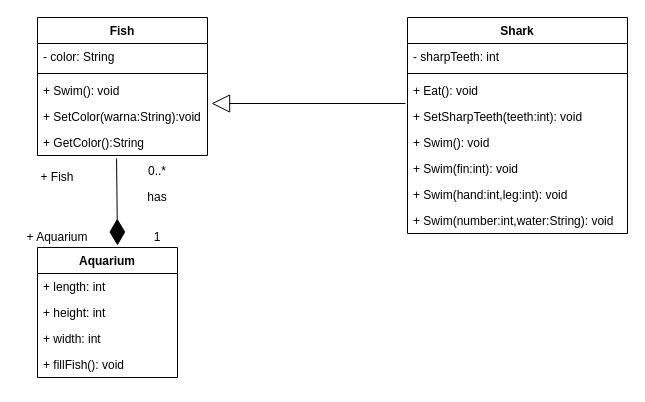
The draw.io diagram ExerciseClassDiagram.drawio in njmihakim/Week2ClassDiagram, before the edit. Source tidied: cells renumbered, new cells numbered last; positions are measured from the earlier drawing's top-left corner, leaving out a move shared by most shapes. Both pictures are drawn from the tidied source at 100%, with x=0, y=0 at pixel (17, 17).
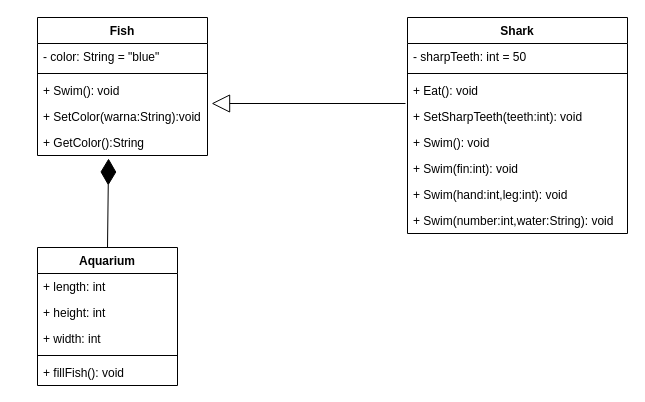
The same page after the edit.

Unchanged cells that the change refers to:
```xml
<mxCell id="2" value="Fish" style="swimlane;fontStyle=1;align=center;verticalAlign=top;horizontal=1;startSize=26;" parent="1" vertex="1">
  <mxGeometry x="20" width="170" height="138" as="geometry" />
</mxCell>
<mxCell id="7" value="+ GetColor():String" style="text;strokeColor=none;fillColor=none;align=left;verticalAlign=top;spacingLeft=4;spacingRight=4;overflow=hidden;points=[[0,0.5],[1,0.5]];portConstraint=eastwest;" parent="2" vertex="1">
  <mxGeometry y="112" width="170" height="26" as="geometry" />
</mxCell>
<mxCell id="8" value="Shark" style="swimlane;fontStyle=1;align=center;verticalAlign=top;horizontal=1;startSize=26;" parent="1" vertex="1">
  <mxGeometry x="390" width="220" height="216" as="geometry" />
</mxCell>
```

Change to the diagram source:
```diff
@@
-    <mxCell id="3" value="- color: String" style="text;strokeColor=none;fillColor=none;align=left;verticalAlign=top;spacingLeft=4;spacingRight=4;overflow=hidden;" parent="2" vertex="1">
+    <mxCell id="3" value="- color: String = &quot;blue&quot;" style="text;strokeColor=none;fillColor=none;align=left;verticalAlign=top;spacingLeft=4;spacingRight=4;overflow=hidden;" parent="2" vertex="1">
       <mxGeometry y="26" width="170" height="26" as="geometry" />
     </mxCell>
@@
-    <mxCell id="9" value="- sharpTeeth: int" style="text;strokeColor=none;fillColor=none;align=left;verticalAlign=top;spacingLeft=4;spacingRight=4;overflow=hidden;" parent="8" vertex="1">
+    <mxCell id="9" value="- sharpTeeth: int = 50" style="text;strokeColor=none;fillColor=none;align=left;verticalAlign=top;spacingLeft=4;spacingRight=4;overflow=hidden;" parent="8" vertex="1">
       <mxGeometry y="26" width="220" height="26" as="geometry" />
     </mxCell>
@@
     <mxCell id="17" value="Aquarium" style="swimlane;fontStyle=1;horizontal=1;startSize=26;fillColor=none;" parent="1" vertex="1">
-      <mxGeometry x="20" y="230" width="140" height="130" as="geometry" />
+      <mxGeometry x="20" y="230" width="140" height="138" as="geometry" />
     </mxCell>
@@
+    <mxCell id="29" style="line;strokeWidth=1;fillColor=none;align=left;verticalAlign=middle;spacingTop=-1;spacingLeft=3;spacingRight=3;labelPosition=right;" parent="17" vertex="1">
+      <mxGeometry y="104" width="140" height="8" as="geometry" />
+    </mxCell>
     <mxCell id="21" value="+ fillFish(): void" style="text;strokeColor=none;fillColor=none;align=left;verticalAlign=top;spacingLeft=4;spacingRight=4;overflow=hidden;" parent="17" vertex="1">
-      <mxGeometry y="104" width="140" height="26" as="geometry" />
+      <mxGeometry y="112" width="140" height="26" as="geometry" />
     </mxCell>
@@
-    <mxCell id="23" style="endArrow=diamondThin;endFill=1;endSize=24;html=1;exitX=0.465;exitY=1.115;exitDx=0;exitDy=0;exitPerimeter=0;" parent="1" edge="1" source="7">
-      <mxGeometry relative="1" as="geometry">
-        <mxPoint x="100" y="228" as="targetPoint" />
-      </mxGeometry>
+    <mxCell id="23" style="endArrow=diamondThin;endFill=1;endSize=24;html=1;entryX=0.418;entryY=1.115;entryDx=0;entryDy=0;entryPerimeter=0;exitX=0.5;exitY=0;exitDx=0;exitDy=0;" parent="1" edge="1" source="17" target="7">
+      <mxGeometry relative="1" as="geometry" />
     </mxCell>
-    <mxCell id="24" value="+ Aquarium" style="text;html=1;strokeColor=none;fillColor=none;align=center;verticalAlign=middle;whiteSpace=wrap;rounded=0;" parent="1" vertex="1">
-      <mxGeometry y="210" width="80" height="20" as="geometry" />
-    </mxCell>
-    <mxCell id="25" value="+ Fish" style="text;html=1;strokeColor=none;fillColor=none;align=center;verticalAlign=middle;whiteSpace=wrap;rounded=0;" parent="1" vertex="1">
-      <mxGeometry x="20" y="150" width="40" height="20" as="geometry" />
-    </mxCell>
-    <mxCell id="26" value="has" style="text;html=1;strokeColor=none;fillColor=none;align=center;verticalAlign=middle;whiteSpace=wrap;rounded=0;" parent="1" vertex="1">
-      <mxGeometry x="120" y="170" width="40" height="20" as="geometry" />
-    </mxCell>
-    <mxCell id="27" value="1" style="text;html=1;strokeColor=none;fillColor=none;align=center;verticalAlign=middle;whiteSpace=wrap;rounded=0;" parent="1" vertex="1">
-      <mxGeometry x="120" y="210" width="40" height="20" as="geometry" />
-    </mxCell>
-    <mxCell id="28" value="0..*" style="text;html=1;strokeColor=none;fillColor=none;align=center;verticalAlign=middle;whiteSpace=wrap;rounded=0;" parent="1" vertex="1">
-      <mxGeometry x="120" y="144" width="40" height="20" as="geometry" />
-    </mxCell>
```
